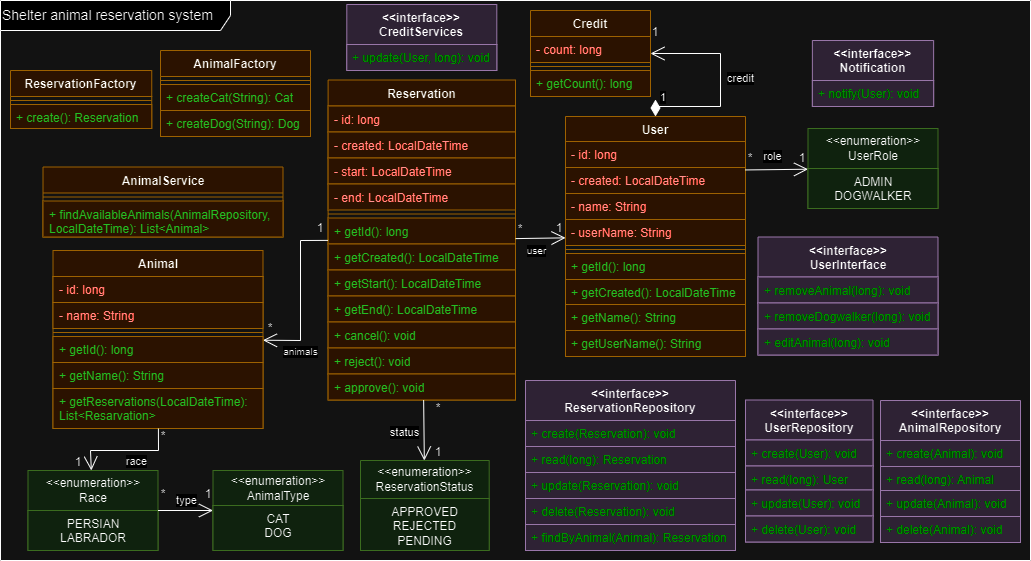
Earlier version of the draw.io export diagrams/classDiagram.png (xszitasz/fsa-assignment). Source tidied: cells renumbered, new cells last; positions are measured from the earlier drawing's top-left corner, leaving out a move shared by most shapes.
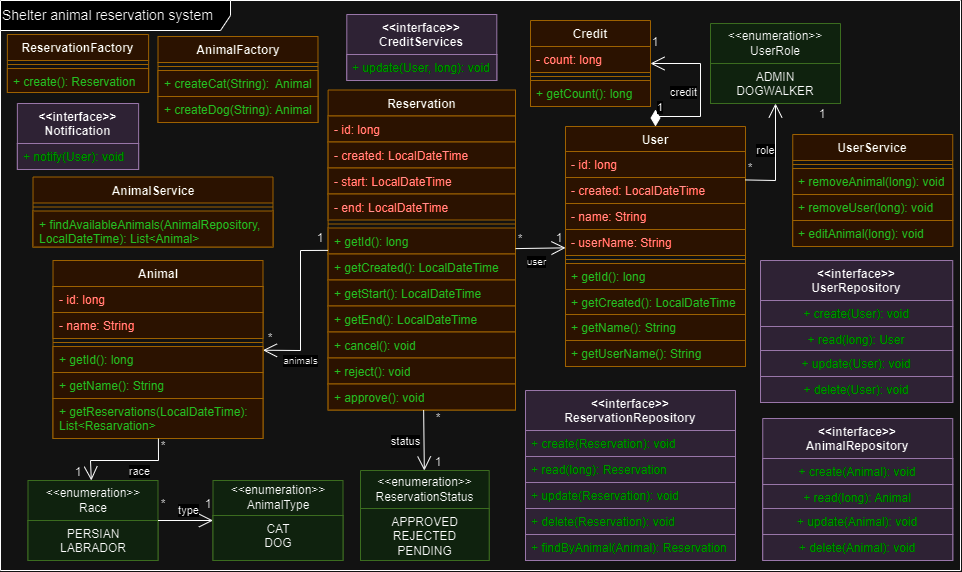
The same diagram one commit later.

What changed in the source:
```diff
@@ -131,7 +131,7 @@
       </mxGeometry>
     </mxCell>
     <mxCell id="44" value="&lt;font style=&quot;font-size: 14px;&quot;&gt;Shelter animal reservation system&lt;/font&gt;" style="shape=umlFrame;whiteSpace=wrap;html=1;align=left;width=230;height=30;" parent="1" vertex="1">
-      <mxGeometry width="1030" height="560" as="geometry" />
+      <mxGeometry y="-10" width="960" height="570" as="geometry" />
     </mxCell>
     <mxCell id="45" value="1" style="text;html=1;align=center;verticalAlign=middle;whiteSpace=wrap;rounded=0;" parent="1" vertex="1">
       <mxGeometry x="202.5" y="486" width="10" height="16" as="geometry" />
@@ -167,7 +167,7 @@
       <mxGeometry x="650" y="24" width="10" height="16" as="geometry" />
     </mxCell>
     <mxCell id="56" value="AnimalService" style="swimlane;fontStyle=1;align=center;verticalAlign=top;horizontal=1;startSize=26;whiteSpace=wrap;html=1;fillColor=#ffe6cc;strokeColor=#d79b00;" parent="1" vertex="1">
-      <mxGeometry x="42.5" y="166.5" width="240" height="70" as="geometry" />
+      <mxGeometry x="32.5" y="166.5" width="240" height="70" as="geometry" />
     </mxCell>
     <mxCell id="57" style="line;strokeWidth=1;fillColor=none;align=left;verticalAlign=middle;spacingTop=-1;spacingLeft=3;spacingRight=3;labelPosition=right;strokeColor=inherit;" parent="56" vertex="1">
       <mxGeometry y="26" width="240" height="8" as="geometry" />
@@ -189,31 +189,31 @@
       </mxGeometry>
     </mxCell>
     <mxCell id="61" value="AnimalFactory" style="swimlane;fontStyle=1;align=center;verticalAlign=top;horizontal=1;startSize=26;whiteSpace=wrap;html=1;fillColor=#ffe6cc;strokeColor=#d79b00;" parent="1" vertex="1">
-      <mxGeometry x="160" y="50" width="150" height="86" as="geometry" />
+      <mxGeometry x="157.5" y="26" width="160" height="86" as="geometry" />
     </mxCell>
     <mxCell id="62" style="line;strokeWidth=1;fillColor=none;align=left;verticalAlign=middle;spacingTop=-1;spacingLeft=3;spacingRight=3;labelPosition=right;strokeColor=inherit;" parent="61" vertex="1">
-      <mxGeometry y="26" width="150" height="8" as="geometry" />
+      <mxGeometry y="26" width="160" height="8" as="geometry" />
     </mxCell>
-    <mxCell id="63" value="&lt;font color=&quot;#009900&quot;&gt;+ createCat(String): Cat&lt;/font&gt;" style="text;strokeColor=#d79b00;fillColor=#ffe6cc;align=left;verticalAlign=top;spacingLeft=4;spacingRight=4;overflow=hidden;whiteSpace=wrap;html=1;" parent="61" vertex="1">
-      <mxGeometry y="34" width="150" height="26" as="geometry" />
+    <mxCell id="63" value="&lt;font color=&quot;#009900&quot;&gt;+ createCat(String):&amp;nbsp; Animal&lt;/font&gt;" style="text;strokeColor=#d79b00;fillColor=#ffe6cc;align=left;verticalAlign=top;spacingLeft=4;spacingRight=4;overflow=hidden;whiteSpace=wrap;html=1;" parent="61" vertex="1">
+      <mxGeometry y="34" width="160" height="26" as="geometry" />
     </mxCell>
-    <mxCell id="64" value="&lt;font color=&quot;#009900&quot;&gt;+ createDog(String): Dog&lt;/font&gt;" style="text;strokeColor=#d79b00;fillColor=#ffe6cc;align=left;verticalAlign=top;spacingLeft=4;spacingRight=4;overflow=hidden;whiteSpace=wrap;html=1;" parent="61" vertex="1">
-      <mxGeometry y="60" width="150" height="26" as="geometry" />
+    <mxCell id="64" value="&lt;font color=&quot;#009900&quot;&gt;+ createDog(String): Animal&lt;/font&gt;" style="text;strokeColor=#d79b00;fillColor=#ffe6cc;align=left;verticalAlign=top;spacingLeft=4;spacingRight=4;overflow=hidden;whiteSpace=wrap;html=1;" parent="61" vertex="1">
+      <mxGeometry y="60" width="160" height="26" as="geometry" />
     </mxCell>
     <mxCell id="65" value="&amp;lt;&amp;lt;interface&amp;gt;&amp;gt;&lt;br&gt;AnimalRepository" style="swimlane;fontStyle=1;align=center;verticalAlign=top;horizontal=1;startSize=40;whiteSpace=wrap;html=1;fillColor=#e1d5e7;strokeColor=#9673a6;" parent="1" vertex="1">
-      <mxGeometry x="880" y="400" width="140" height="142" as="geometry" />
+      <mxGeometry x="762.2" y="408" width="190" height="142" as="geometry" />
     </mxCell>
-    <mxCell id="66" value="+ create(Animal): void" style="text;strokeColor=#9673a6;fillColor=#e1d5e7;align=left;verticalAlign=top;spacingLeft=4;spacingRight=4;overflow=hidden;whiteSpace=wrap;html=1;fontColor=#00FF00;" parent="65" vertex="1">
-      <mxGeometry y="40" width="140" height="26" as="geometry" />
+    <mxCell id="66" value="+ create(Animal): void" style="text;strokeColor=#9673a6;fillColor=#e1d5e7;align=center;verticalAlign=top;spacingLeft=4;spacingRight=4;overflow=hidden;whiteSpace=wrap;html=1;fontColor=#00FF00;" parent="65" vertex="1">
+      <mxGeometry y="40" width="190" height="26" as="geometry" />
     </mxCell>
-    <mxCell id="67" value="+ read(long): Animal" style="text;strokeColor=#9673a6;fillColor=#e1d5e7;align=left;verticalAlign=top;spacingLeft=4;spacingRight=4;overflow=hidden;whiteSpace=wrap;html=1;fontColor=#00FF00;" parent="65" vertex="1">
-      <mxGeometry y="66" width="140" height="24" as="geometry" />
+    <mxCell id="67" value="+ read(long): Animal" style="text;strokeColor=#9673a6;fillColor=#e1d5e7;align=center;verticalAlign=top;spacingLeft=4;spacingRight=4;overflow=hidden;whiteSpace=wrap;html=1;fontColor=#00FF00;" parent="65" vertex="1">
+      <mxGeometry y="66" width="190" height="24" as="geometry" />
     </mxCell>
-    <mxCell id="68" value="+ update(Animal): void" style="text;strokeColor=#9673a6;fillColor=#e1d5e7;align=left;verticalAlign=top;spacingLeft=4;spacingRight=4;overflow=hidden;whiteSpace=wrap;html=1;fontColor=#00FF00;" parent="65" vertex="1">
-      <mxGeometry y="90" width="140" height="26" as="geometry" />
+    <mxCell id="68" value="+ update(Animal): void" style="text;strokeColor=#9673a6;fillColor=#e1d5e7;align=center;verticalAlign=top;spacingLeft=4;spacingRight=4;overflow=hidden;whiteSpace=wrap;html=1;fontColor=#00FF00;" parent="65" vertex="1">
+      <mxGeometry y="90" width="190" height="26" as="geometry" />
     </mxCell>
-    <mxCell id="69" value="+ delete(Animal): void" style="text;strokeColor=#9673a6;fillColor=#e1d5e7;align=left;verticalAlign=top;spacingLeft=4;spacingRight=4;overflow=hidden;whiteSpace=wrap;html=1;fontColor=#00FF00;" parent="65" vertex="1">
-      <mxGeometry y="116" width="140" height="26" as="geometry" />
+    <mxCell id="69" value="+ delete(Animal): void" style="text;strokeColor=#9673a6;fillColor=#e1d5e7;align=center;verticalAlign=top;spacingLeft=4;spacingRight=4;overflow=hidden;whiteSpace=wrap;html=1;fontColor=#00FF00;" parent="65" vertex="1">
+      <mxGeometry y="116" width="190" height="26" as="geometry" />
     </mxCell>
     <mxCell id="70" value="&amp;lt;&amp;lt;interface&amp;gt;&amp;gt;&lt;br&gt;ReservationRepository" style="swimlane;fontStyle=1;align=center;verticalAlign=top;horizontal=1;startSize=40;whiteSpace=wrap;html=1;fillColor=#e1d5e7;strokeColor=#9673a6;" parent="1" vertex="1">
       <mxGeometry x="525" y="380" width="210" height="170" as="geometry" />
@@ -234,19 +234,19 @@
       <mxGeometry y="144" width="210" height="26" as="geometry" />
     </mxCell>
     <mxCell id="76" value="&amp;lt;&amp;lt;interface&amp;gt;&amp;gt;&lt;br&gt;UserRepository" style="swimlane;fontStyle=1;align=center;verticalAlign=top;horizontal=1;startSize=40;whiteSpace=wrap;html=1;fillColor=#e1d5e7;strokeColor=#9673a6;" parent="1" vertex="1">
-      <mxGeometry x="745" y="399.5" width="127.5" height="142" as="geometry" />
+      <mxGeometry x="760" y="250" width="192.2" height="142" as="geometry" />
     </mxCell>
-    <mxCell id="77" value="+ create(User): void" style="text;strokeColor=#9673a6;fillColor=#e1d5e7;align=left;verticalAlign=top;spacingLeft=4;spacingRight=4;overflow=hidden;whiteSpace=wrap;html=1;fontColor=#00FF00;" parent="76" vertex="1">
-      <mxGeometry y="40" width="127.5" height="26" as="geometry" />
+    <mxCell id="77" value="+ create(User): void" style="text;strokeColor=#9673a6;fillColor=#e1d5e7;align=center;verticalAlign=top;spacingLeft=4;spacingRight=4;overflow=hidden;whiteSpace=wrap;html=1;fontColor=#00FF00;" parent="76" vertex="1">
+      <mxGeometry y="40" width="192.2" height="26" as="geometry" />
     </mxCell>
-    <mxCell id="78" value="+ read(long): User" style="text;strokeColor=#9673a6;fillColor=#e1d5e7;align=left;verticalAlign=top;spacingLeft=4;spacingRight=4;overflow=hidden;whiteSpace=wrap;html=1;fontColor=#00FF00;" parent="76" vertex="1">
-      <mxGeometry y="66" width="127.5" height="24" as="geometry" />
+    <mxCell id="78" value="+ read(long): User" style="text;strokeColor=#9673a6;fillColor=#e1d5e7;align=center;verticalAlign=top;spacingLeft=4;spacingRight=4;overflow=hidden;whiteSpace=wrap;html=1;fontColor=#00FF00;" parent="76" vertex="1">
+      <mxGeometry y="66" width="192.2" height="24" as="geometry" />
     </mxCell>
-    <mxCell id="79" value="+ update(User): void" style="text;strokeColor=#9673a6;fillColor=#e1d5e7;align=left;verticalAlign=top;spacingLeft=4;spacingRight=4;overflow=hidden;whiteSpace=wrap;html=1;fontColor=#00FF00;" parent="76" vertex="1">
-      <mxGeometry y="90" width="127.5" height="26" as="geometry" />
+    <mxCell id="79" value="+ update(User): void" style="text;strokeColor=#9673a6;fillColor=#e1d5e7;align=center;verticalAlign=top;spacingLeft=4;spacingRight=4;overflow=hidden;whiteSpace=wrap;html=1;fontColor=#00FF00;" parent="76" vertex="1">
+      <mxGeometry y="90" width="192.2" height="26" as="geometry" />
     </mxCell>
-    <mxCell id="80" value="+ delete(User): void" style="text;strokeColor=#9673a6;fillColor=#e1d5e7;align=left;verticalAlign=top;spacingLeft=4;spacingRight=4;overflow=hidden;whiteSpace=wrap;html=1;fontColor=#00FF00;" parent="76" vertex="1">
-      <mxGeometry y="116" width="127.5" height="26" as="geometry" />
+    <mxCell id="80" value="+ delete(User): void" style="text;strokeColor=#9673a6;fillColor=#e1d5e7;align=center;verticalAlign=top;spacingLeft=4;spacingRight=4;overflow=hidden;whiteSpace=wrap;html=1;fontColor=#00FF00;" parent="76" vertex="1">
+      <mxGeometry y="116" width="192.2" height="26" as="geometry" />
     </mxCell>
     <mxCell id="81" value="&amp;lt;&amp;lt;interface&amp;gt;&amp;gt;&lt;br&gt;CreditServices" style="swimlane;fontStyle=1;align=center;verticalAlign=top;horizontal=1;startSize=40;whiteSpace=wrap;html=1;fillColor=#e1d5e7;strokeColor=#9673a6;" parent="1" vertex="1">
       <mxGeometry x="346.3" y="4" width="150" height="66" as="geometry" />
@@ -258,30 +258,18 @@
       <mxGeometry x="-0.85" relative="1" as="geometry">
         <Array as="points">
           <mxPoint x="655" y="106" />
-          <mxPoint x="720" y="106" />
-          <mxPoint x="720" y="53" />
+          <mxPoint x="700" y="106" />
+          <mxPoint x="700" y="53" />
         </Array>
       </mxGeometry>
     </mxCell>
     <mxCell id="84" value="credit" style="edgeLabel;html=1;align=center;verticalAlign=middle;" parent="83" vertex="1">
       <mxGeometry x="0.04" y="2" relative="1" as="geometry">
-        <mxPoint x="20" y="-1" as="offset" />
+        <mxPoint x="-18" y="-2" as="offset" />
       </mxGeometry>
     </mxCell>
-    <mxCell id="85" value="&amp;lt;&amp;lt;interface&amp;gt;&amp;gt;&lt;br&gt;UserInterface" style="swimlane;fontStyle=1;align=center;verticalAlign=top;horizontal=1;startSize=40;whiteSpace=wrap;html=1;fillColor=#e1d5e7;strokeColor=#9673a6;" parent="1" vertex="1">
-      <mxGeometry x="757.5" y="236.5" width="180" height="118" as="geometry" />
-    </mxCell>
-    <mxCell id="86" value="+ removeAnimal(long): void" style="text;strokeColor=#9673a6;fillColor=#e1d5e7;align=left;verticalAlign=top;spacingLeft=4;spacingRight=4;overflow=hidden;whiteSpace=wrap;html=1;fontColor=#00FF00;" parent="85" vertex="1">
-      <mxGeometry y="40" width="180" height="26" as="geometry" />
-    </mxCell>
-    <mxCell id="87" value="+ removeDogwalker(long): void" style="text;strokeColor=#9673a6;fillColor=#e1d5e7;align=left;verticalAlign=top;spacingLeft=4;spacingRight=4;overflow=hidden;whiteSpace=wrap;html=1;fontColor=#00FF00;" parent="85" vertex="1">
-      <mxGeometry y="66" width="180" height="26" as="geometry" />
-    </mxCell>
-    <mxCell id="88" value="+ editAnimal(long): void" style="text;strokeColor=#9673a6;fillColor=#e1d5e7;align=left;verticalAlign=top;spacingLeft=4;spacingRight=4;overflow=hidden;whiteSpace=wrap;html=1;fontColor=#00FF00;" parent="85" vertex="1">
-      <mxGeometry y="92" width="180" height="26" as="geometry" />
-    </mxCell>
     <mxCell id="89" value="ReservationFactory" style="swimlane;fontStyle=1;align=center;verticalAlign=top;horizontal=1;startSize=26;whiteSpace=wrap;html=1;fillColor=#ffe6cc;strokeColor=#d79b00;" parent="1" vertex="1">
-      <mxGeometry x="10" y="70" width="141.2" height="58" as="geometry" />
+      <mxGeometry x="6.9" y="24" width="141.2" height="58" as="geometry" />
     </mxCell>
     <mxCell id="90" style="line;strokeWidth=1;fillColor=none;align=left;verticalAlign=middle;spacingTop=-1;spacingLeft=3;spacingRight=3;labelPosition=right;strokeColor=inherit;" parent="89" vertex="1">
       <mxGeometry y="26" width="141.2" height="8" as="geometry" />
@@ -298,30 +286,34 @@
       </mxGeometry>
     </mxCell>
     <mxCell id="94" value="&amp;lt;&amp;lt;interface&amp;gt;&amp;gt;&lt;br&gt;Notification" style="swimlane;fontStyle=1;align=center;verticalAlign=top;horizontal=1;startSize=40;whiteSpace=wrap;html=1;fillColor=#e1d5e7;strokeColor=#9673a6;" parent="1" vertex="1">
-      <mxGeometry x="811.9" y="40" width="121.2" height="66" as="geometry" />
+      <mxGeometry x="16.9" y="93" width="121.2" height="66" as="geometry" />
     </mxCell>
     <mxCell id="95" value="+ notify(User): void" style="text;strokeColor=#9673a6;fillColor=#e1d5e7;align=left;verticalAlign=top;spacingLeft=4;spacingRight=4;overflow=hidden;whiteSpace=wrap;html=1;fontColor=#00FF00;" parent="94" vertex="1">
       <mxGeometry y="40" width="121.2" height="26" as="geometry" />
     </mxCell>
     <mxCell id="96" value="&amp;lt;&amp;lt;enumeration&amp;gt;&amp;gt;&lt;br&gt;UserRole" style="swimlane;fontStyle=0;horizontal=1;startSize=40;fillColor=#d5e8d4;whiteSpace=wrap;html=1;strokeColor=#82b366;" parent="1" vertex="1">
-      <mxGeometry x="807.5" y="128" width="130" height="80" as="geometry" />
+      <mxGeometry x="710" y="13" width="130" height="80" as="geometry" />
     </mxCell>
     <mxCell id="97" value="ADMIN&lt;div&gt;DOGWALKER&lt;/div&gt;" style="text;strokeColor=#82b366;fillColor=#d5e8d4;align=center;verticalAlign=top;spacingLeft=4;spacingRight=4;overflow=hidden;whiteSpace=wrap;html=1;" parent="96" vertex="1">
       <mxGeometry y="40" width="130" height="40" as="geometry" />
     </mxCell>
     <mxCell id="98" style="endArrow=open;endFill=1;endSize=12;html=1;rounded=0;exitX=0.999;exitY=0.094;exitDx=0;exitDy=0;exitPerimeter=0;" parent="1" edge="1" source="30" target="96">
-      <mxGeometry relative="1" as="geometry" />
+      <mxGeometry relative="1" as="geometry">
+        <Array as="points">
+          <mxPoint x="775" y="170" />
+        </Array>
+      </mxGeometry>
     </mxCell>
     <mxCell id="99" value="role" style="edgeLabel;html=1;align=center;verticalAlign=middle;" parent="98" vertex="1">
       <mxGeometry x="0.05" y="1" relative="1" as="geometry">
-        <mxPoint x="-8" y="-14" as="offset" />
+        <mxPoint x="-12" y="-8" as="offset" />
       </mxGeometry>
     </mxCell>
     <mxCell id="100" value="*" style="text;html=1;align=center;verticalAlign=middle;whiteSpace=wrap;rounded=0;" parent="1" vertex="1">
       <mxGeometry x="745" y="150" width="10" height="16" as="geometry" />
     </mxCell>
     <mxCell id="101" value="1" style="text;html=1;align=center;verticalAlign=middle;whiteSpace=wrap;rounded=0;" parent="1" vertex="1">
-      <mxGeometry x="797" y="150" width="10" height="16" as="geometry" />
+      <mxGeometry x="817" y="96" width="10" height="16" as="geometry" />
     </mxCell>
     <mxCell id="102" style="endArrow=open;endFill=1;endSize=12;html=1;rounded=0;spacing=0;" parent="1" edge="1" source="2" target="4">
       <mxGeometry relative="1" as="geometry" />
@@ -344,5 +336,20 @@
         <mxPoint x="21" y="10" as="offset" />
       </mxGeometry>
     </mxCell>
+    <mxCell id="106" value="UserService" style="swimlane;fontStyle=1;align=center;verticalAlign=top;horizontal=1;startSize=26;whiteSpace=wrap;html=1;fillColor=#ffe6cc;strokeColor=#d79b00;" parent="1" vertex="1">
+      <mxGeometry x="792.2" y="124" width="160" height="112" as="geometry" />
+    </mxCell>
+    <mxCell id="107" style="line;strokeWidth=1;fillColor=none;align=left;verticalAlign=middle;spacingTop=-1;spacingLeft=3;spacingRight=3;labelPosition=right;strokeColor=inherit;" parent="106" vertex="1">
+      <mxGeometry y="26" width="160" height="8" as="geometry" />
+    </mxCell>
+    <mxCell id="86" value="&lt;font color=&quot;#009900&quot;&gt;+ removeAnimal(long): void&lt;/font&gt;" style="text;strokeColor=#d79b00;fillColor=#ffe6cc;align=left;verticalAlign=top;spacingLeft=4;spacingRight=4;overflow=hidden;whiteSpace=wrap;html=1;" parent="106" vertex="1">
+      <mxGeometry y="34" width="160" height="26" as="geometry" />
+    </mxCell>
+    <mxCell id="108" value="&lt;font color=&quot;#009900&quot;&gt;+ removeUser(long): void&lt;/font&gt;" style="text;strokeColor=#d79b00;fillColor=#ffe6cc;align=left;verticalAlign=top;spacingLeft=4;spacingRight=4;overflow=hidden;whiteSpace=wrap;html=1;" parent="106" vertex="1">
+      <mxGeometry y="60" width="160" height="26" as="geometry" />
+    </mxCell>
+    <mxCell id="88" value="&lt;font color=&quot;#009900&quot;&gt;+ editAnimal(long): void&lt;/font&gt;" style="text;strokeColor=#d79b00;fillColor=#ffe6cc;align=left;verticalAlign=top;spacingLeft=4;spacingRight=4;overflow=hidden;whiteSpace=wrap;html=1;" parent="106" vertex="1">
+      <mxGeometry y="86" width="160" height="26" as="geometry" />
+    </mxCell>
   </root>
 </mxGraphModel>
```
